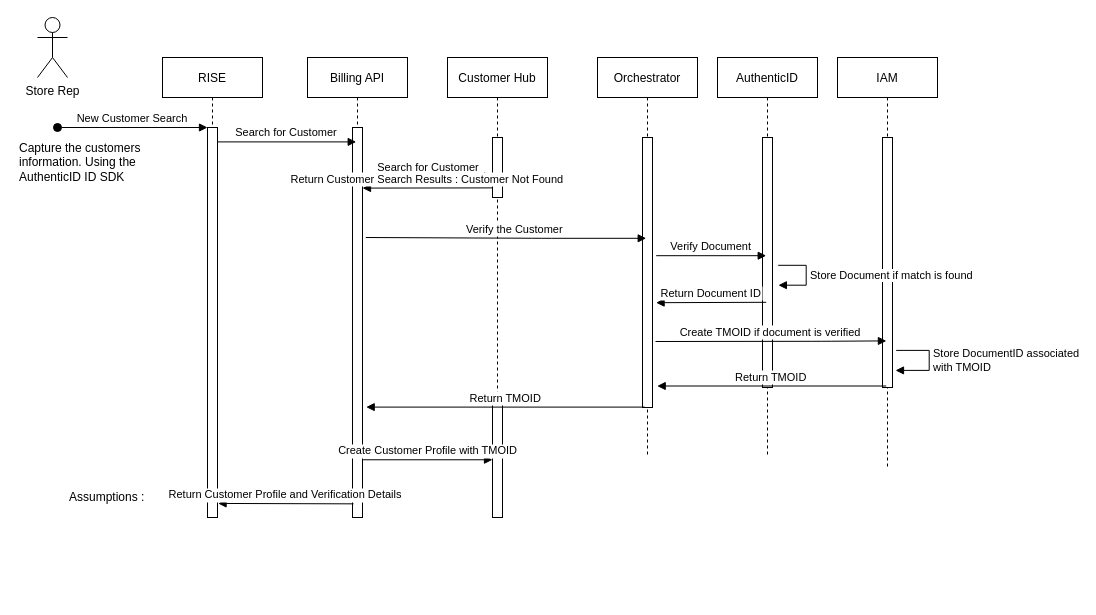
ilokos/NCIM keeps this draw.io diagram as page "Idology" (1 of 2) of New_Customer_Create_Customer_Profile.drawio. Above is the earlier version. Source tidied: cells renumbered, new cells numbered last; positions are measured from the earlier drawing's top-left corner, leaving out a move shared by most shapes. Both pictures are drawn from the tidied source at 100%, with x=0, y=0 at pixel (17, 17).
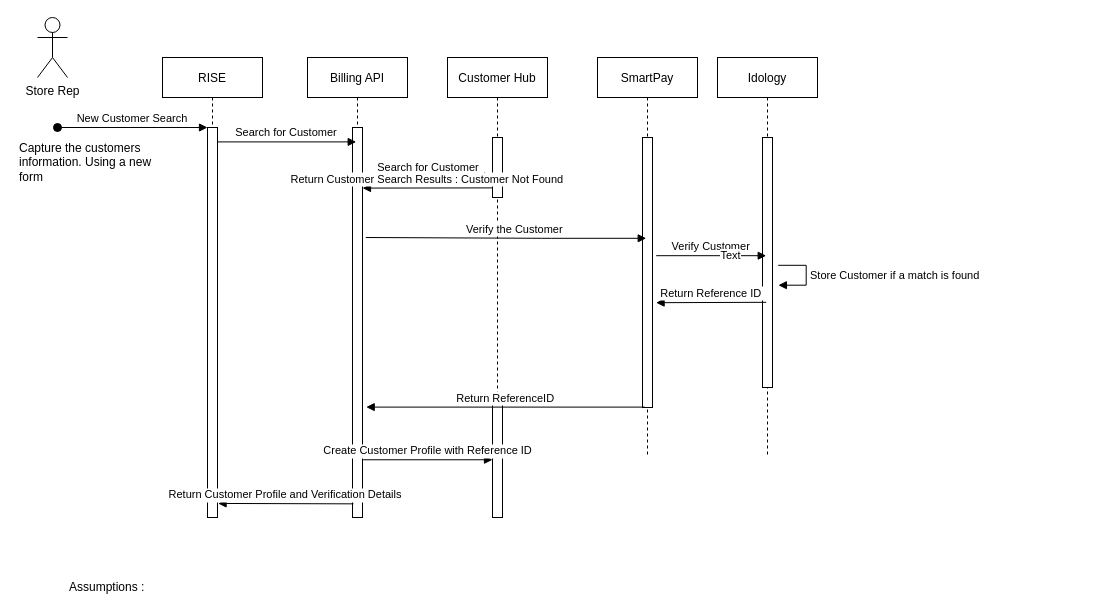
Above is the later version.

Unchanged cells that the change refers to:
```xml
<mxCell id="6" style="points=[];perimeter=orthogonalPerimeter;rounded=0;shadow=0;strokeWidth=1;" parent="5" vertex="1">
  <mxGeometry x="45" y="70" width="10" height="390" as="geometry" />
</mxCell>
<mxCell id="11" style="html=1;points=[];perimeter=orthogonalPerimeter;" parent="9" vertex="1">
  <mxGeometry x="45" y="345" width="10" height="115" as="geometry" />
</mxCell>
```

What changed in the source:
```diff
@@
-    <mxCell id="13" value="Capture the customers information. Using the AuthenticID ID SDK" style="text;html=1;strokeColor=none;fillColor=none;align=left;verticalAlign=middle;whiteSpace=wrap;rounded=0;" parent="1" vertex="1">
+    <mxCell id="13" value="Capture the customers information. Using a new form" style="text;html=1;strokeColor=none;fillColor=none;align=left;verticalAlign=middle;whiteSpace=wrap;rounded=0;" parent="1" vertex="1">
       <mxGeometry y="120" width="160" height="50" as="geometry" />
     </mxCell>
-    <mxCell id="14" value="Orchestrator" style="shape=umlLifeline;perimeter=lifelinePerimeter;rounded=0;shadow=0;strokeWidth=1;" parent="1" vertex="1">
+    <mxCell id="14" value="SmartPay" style="shape=umlLifeline;perimeter=lifelinePerimeter;rounded=0;shadow=0;strokeWidth=1;" parent="1" vertex="1">
       <mxGeometry x="580" y="40" width="100" height="400" as="geometry" />
     </mxCell>
@@
     <mxCell id="17" value="Assumptions :&amp;nbsp;&lt;br&gt;" style="text;html=1;strokeColor=none;fillColor=none;align=left;verticalAlign=middle;whiteSpace=wrap;rounded=0;" parent="1" vertex="1">
-      <mxGeometry x="50" y="470" width="160" height="20" as="geometry" />
+      <mxGeometry x="50" y="560" width="160" height="20" as="geometry" />
     </mxCell>
-    <mxCell id="18" value="IAM" style="shape=umlLifeline;perimeter=lifelinePerimeter;rounded=0;shadow=0;strokeWidth=1;" parent="1" vertex="1">
-      <mxGeometry x="820" y="40" width="100" height="410" as="geometry" />
-    </mxCell>
-    <mxCell id="19" style="perimeter=orthogonalPerimeter;rounded=0;shadow=0;strokeWidth=1;" parent="18" vertex="1">
-      <mxGeometry x="45" y="80" width="10" height="250" as="geometry" />
-    </mxCell>
-    <mxCell id="20" value="Store DocumentID associated &lt;br&gt;with TMOID" style="edgeStyle=orthogonalEdgeStyle;html=1;align=left;spacingLeft=2;endArrow=block;rounded=0;entryX=0.929;entryY=0.87;entryDx=0;entryDy=0;entryPerimeter=0;" parent="18" edge="1">
-      <mxGeometry relative="1" as="geometry">
-        <mxPoint x="58.7" y="292.9" as="sourcePoint" />
-        <mxPoint x="58" y="312.9" as="targetPoint" />
-        <Array as="points">
-          <mxPoint x="91.7" y="292.8" />
-          <mxPoint x="91.7" y="312.8" />
-        </Array>
-      </mxGeometry>
-    </mxCell>
@@
-    <mxCell id="22" value="AuthenticID" style="shape=umlLifeline;perimeter=lifelinePerimeter;rounded=0;shadow=0;strokeWidth=1;" parent="1" vertex="1">
+    <mxCell id="22" value="Idology" style="shape=umlLifeline;perimeter=lifelinePerimeter;rounded=0;shadow=0;strokeWidth=1;" parent="1" vertex="1">
       <mxGeometry x="700" y="40" width="100" height="400" as="geometry" />
     </mxCell>
@@
-    <mxCell id="24" value="Verify Document" style="verticalAlign=bottom;endArrow=block;shadow=0;strokeWidth=1;exitX=1.071;exitY=0.757;exitDx=0;exitDy=0;exitPerimeter=0;" parent="22" edge="1">
+    <mxCell id="24" value="Verify Customer" style="verticalAlign=bottom;endArrow=block;shadow=0;strokeWidth=1;exitX=1.071;exitY=0.757;exitDx=0;exitDy=0;exitPerimeter=0;" parent="22" edge="1">
       <mxGeometry relative="1" as="geometry">
         <mxPoint x="-61.3" y="198.2" as="sourcePoint" />
         <mxPoint x="48.7" y="198.2" as="targetPoint" />
       </mxGeometry>
     </mxCell>
+    <mxCell id="32" value="Text" style="edgeLabel;html=1;align=center;verticalAlign=middle;" parent="24" vertex="1">
+      <mxGeometry x="0.35" y="1" relative="1" as="geometry" />
+    </mxCell>
-    <mxCell id="25" value="Store Document if match is found" style="edgeStyle=orthogonalEdgeStyle;html=1;align=left;spacingLeft=2;endArrow=block;rounded=0;entryX=1.214;entryY=0.523;entryDx=0;entryDy=0;entryPerimeter=0;" parent="22" edge="1">
+    <mxCell id="25" value="Store Customer if a match is found" style="edgeStyle=orthogonalEdgeStyle;html=1;align=left;spacingLeft=2;endArrow=block;rounded=0;entryX=1.214;entryY=0.523;entryDx=0;entryDy=0;entryPerimeter=0;" parent="22" edge="1">
       <mxGeometry relative="1" as="geometry">
         <mxPoint x="60.7" y="207.8" as="sourcePoint" />
         <mxPoint x="60.9" y="227.7" as="targetPoint" />
         <Array as="points">
           <mxPoint x="88.7" y="207.8" />
           <mxPoint x="88.7" y="227.8" />
         </Array>
       </mxGeometry>
     </mxCell>
-    <mxCell id="26" value="Create TMOID if document is verified" style="verticalAlign=bottom;endArrow=block;shadow=0;strokeWidth=1;exitX=0.929;exitY=0.515;exitDx=0;exitDy=0;exitPerimeter=0;entryX=0.014;entryY=0.512;entryDx=0;entryDy=0;entryPerimeter=0;" parent="1" edge="1">
-      <mxGeometry relative="1" as="geometry">
-        <mxPoint x="638" y="324" as="sourcePoint" />
-        <mxPoint x="868.9" y="323.4" as="targetPoint" />
-        <Array as="points">
-          <mxPoint x="803.7" y="323.8" />
-        </Array>
-      </mxGeometry>
-    </mxCell>
-    <mxCell id="27" value="Return TMOID" style="verticalAlign=bottom;endArrow=block;shadow=0;strokeWidth=1;exitX=-0.1;exitY=0.665;exitDx=0;exitDy=0;exitPerimeter=0;" parent="1" edge="1">
-      <mxGeometry relative="1" as="geometry">
-        <mxPoint x="868.7" y="368.5" as="sourcePoint" />
-        <mxPoint x="639.7" y="368.5" as="targetPoint" />
-      </mxGeometry>
-    </mxCell>
-    <mxCell id="28" value="Return Document ID" style="verticalAlign=bottom;endArrow=block;shadow=0;strokeWidth=1;entryX=0.986;entryY=0.597;entryDx=0;entryDy=0;entryPerimeter=0;" parent="1" edge="1">
+    <mxCell id="28" value="Return Reference ID" style="verticalAlign=bottom;endArrow=block;shadow=0;strokeWidth=1;entryX=0.986;entryY=0.597;entryDx=0;entryDy=0;entryPerimeter=0;" parent="1" edge="1">
       <mxGeometry relative="1" as="geometry">
         <mxPoint x="748.7" y="284.8" as="sourcePoint" />
         <mxPoint x="638.6" y="285.2" as="targetPoint" />
       </mxGeometry>
     </mxCell>
-    <mxCell id="29" value="Return TMOID" style="verticalAlign=bottom;endArrow=block;shadow=0;strokeWidth=1;exitX=-0.157;exitY=0.925;exitDx=0;exitDy=0;exitPerimeter=0;" parent="1" edge="1">
+    <mxCell id="29" value="Return ReferenceID" style="verticalAlign=bottom;endArrow=block;shadow=0;strokeWidth=1;exitX=-0.157;exitY=0.925;exitDx=0;exitDy=0;exitPerimeter=0;" parent="1" edge="1">
       <mxGeometry relative="1" as="geometry">
         <mxPoint x="627.2" y="389.6" as="sourcePoint" />
         <mxPoint x="348.7" y="389.6" as="targetPoint" />
       </mxGeometry>
     </mxCell>
@@
-    <mxCell id="31" value="Create Customer Profile with TMOID" style="verticalAlign=bottom;endArrow=block;shadow=0;strokeWidth=1;exitX=1.059;exitY=0.852;exitDx=0;exitDy=0;exitPerimeter=0;" parent="1" edge="1" source="6" target="11">
+    <mxCell id="31" value="Create Customer Profile with Reference ID" style="verticalAlign=bottom;endArrow=block;shadow=0;strokeWidth=1;exitX=1.059;exitY=0.852;exitDx=0;exitDy=0;exitPerimeter=0;" parent="1" edge="1" source="6" target="11">
       <mxGeometry relative="1" as="geometry" />
     </mxCell>
```
